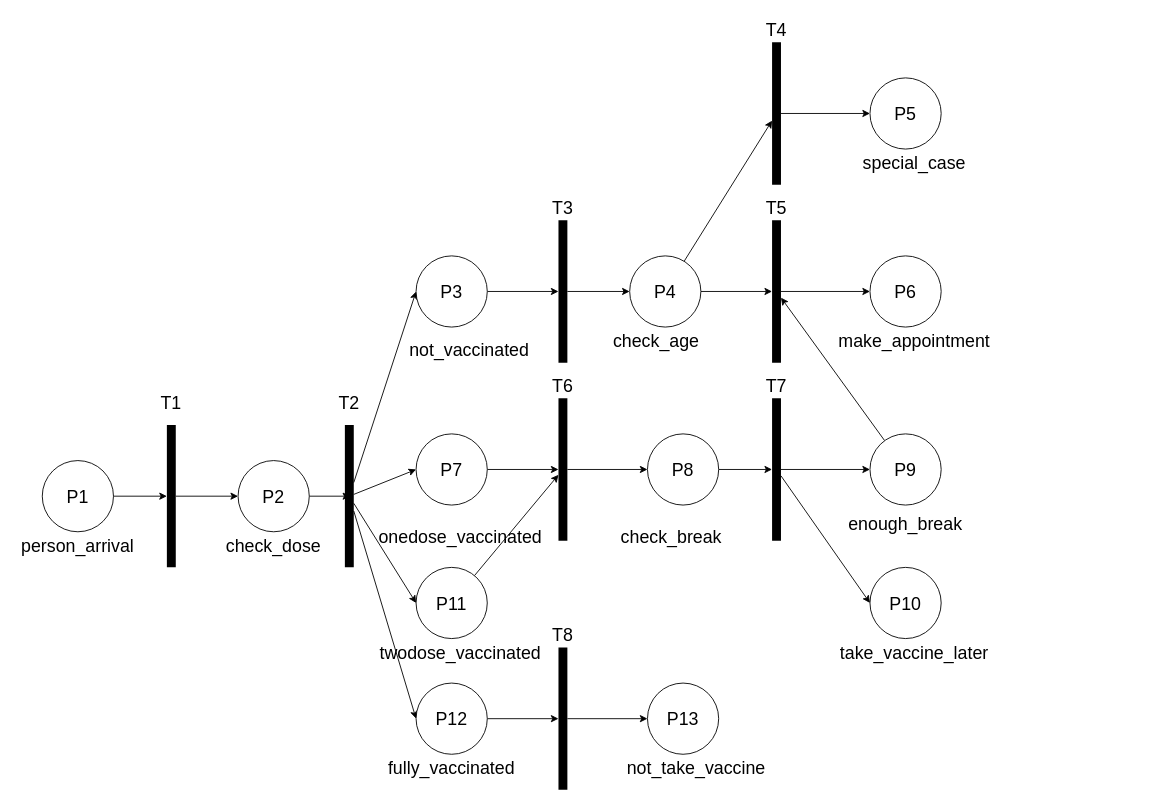
Above: 3100asmt3Q1.drawio in wkng0/heyy (draw.io), before the change. Source tidied: cells renumbered, new cells numbered last; positions are measured from the earlier drawing's top-left corner, leaving out a move shared by most shapes. Both pictures are drawn from the tidied source at 89%, with x=0, y=0 at pixel (15, 15).
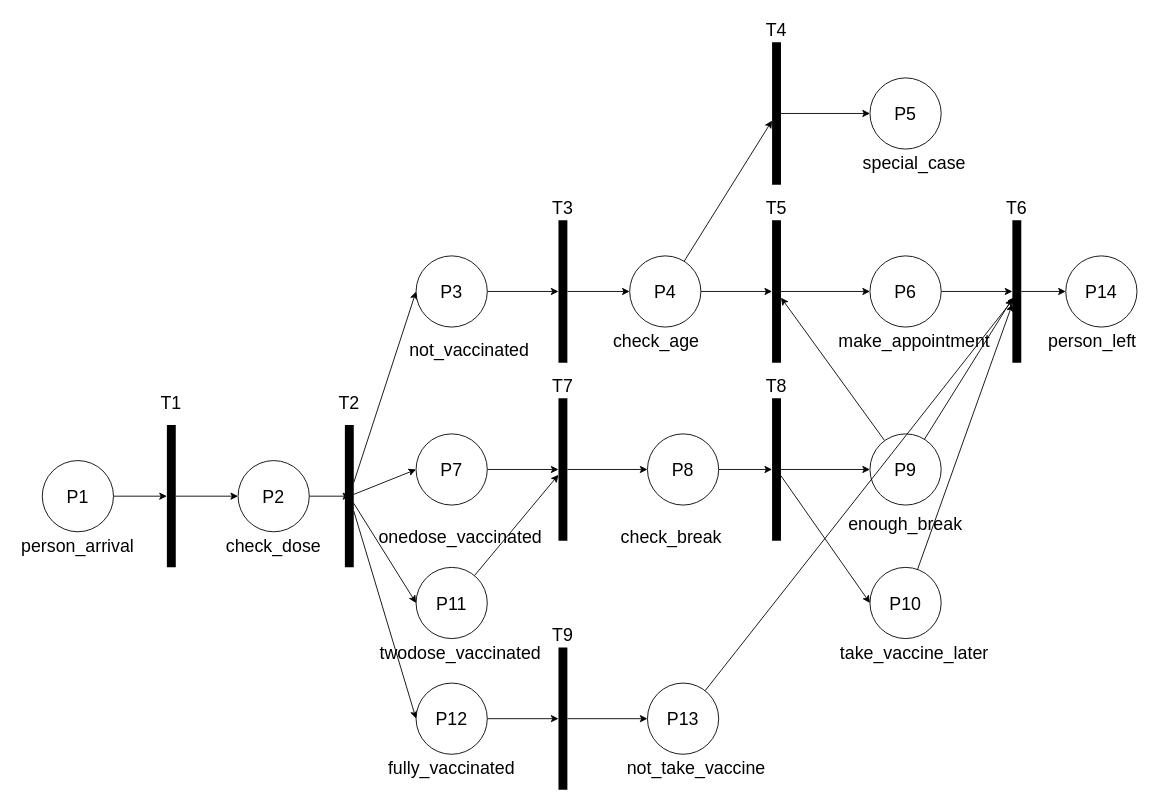
The same page after the edit.

Unchanged cells that the change refers to:
```xml
<mxCell id="28" value="P6" style="ellipse;whiteSpace=wrap;html=1;fontSize=20;strokeWidth=1;" parent="1" vertex="1">
  <mxGeometry x="960" y="270" width="80" height="80" as="geometry" />
</mxCell>
<mxCell id="48" value="P9" style="ellipse;whiteSpace=wrap;html=1;fontSize=20;strokeWidth=1;" parent="1" vertex="1">
  <mxGeometry x="960" y="470" width="80" height="80" as="geometry" />
</mxCell>
<mxCell id="56" value="P10" style="ellipse;whiteSpace=wrap;html=1;fontSize=20;strokeWidth=1;" parent="1" vertex="1">
  <mxGeometry x="960" y="620" width="80" height="80" as="geometry" />
</mxCell>
<mxCell id="64" value="P13" style="ellipse;whiteSpace=wrap;html=1;fontSize=20;strokeWidth=1;" parent="1" vertex="1">
  <mxGeometry x="710" y="750" width="80" height="80" as="geometry" />
</mxCell>
```

Change to the diagram source:
```diff
@@
+    <mxCell id="66" style="edgeStyle=none;rounded=0;jettySize=auto;html=1;fontSize=20;" parent="1" edge="1" source="28">
+      <mxGeometry relative="1" as="geometry">
+        <mxPoint x="1120" y="310" as="targetPoint" />
+      </mxGeometry>
+    </mxCell>
@@
-    <mxCell id="46" value="T6" style="text;html=1;strokeColor=none;fillColor=none;align=center;verticalAlign=middle;whiteSpace=wrap;rounded=0;fontSize=20;" parent="1" vertex="1">
+    <mxCell id="46" value="T7" style="text;html=1;strokeColor=none;fillColor=none;align=center;verticalAlign=middle;whiteSpace=wrap;rounded=0;fontSize=20;" parent="1" vertex="1">
       <mxGeometry x="585" y="400" width="60" height="30" as="geometry" />
     </mxCell>
@@
+    <mxCell id="67" style="edgeStyle=none;rounded=0;jettySize=auto;html=1;fontSize=20;" parent="1" edge="1" source="48" target="71">
+      <mxGeometry relative="1" as="geometry" />
+    </mxCell>
@@
-    <mxCell id="55" value="T7" style="text;html=1;strokeColor=none;fillColor=none;align=center;verticalAlign=middle;whiteSpace=wrap;rounded=0;fontSize=20;" parent="1" vertex="1">
+    <mxCell id="55" value="T8" style="text;html=1;strokeColor=none;fillColor=none;align=center;verticalAlign=middle;whiteSpace=wrap;rounded=0;fontSize=20;" parent="1" vertex="1">
       <mxGeometry x="825" y="400" width="60" height="30" as="geometry" />
     </mxCell>
+    <mxCell id="68" style="edgeStyle=none;rounded=0;jettySize=auto;html=1;fontSize=20;" parent="1" edge="1" source="56" target="71">
+      <mxGeometry relative="1" as="geometry" />
+    </mxCell>
@@
-    <mxCell id="63" value="T8" style="text;html=1;strokeColor=none;fillColor=none;align=center;verticalAlign=middle;whiteSpace=wrap;rounded=0;fontSize=20;" parent="1" vertex="1">
+    <mxCell id="63" value="T9" style="text;html=1;strokeColor=none;fillColor=none;align=center;verticalAlign=middle;whiteSpace=wrap;rounded=0;fontSize=20;" parent="1" vertex="1">
       <mxGeometry x="585" y="680" width="60" height="30" as="geometry" />
     </mxCell>
+    <mxCell id="69" style="edgeStyle=none;rounded=0;jettySize=auto;html=1;entryX=0.538;entryY=0.7;entryDx=0;entryDy=0;entryPerimeter=0;fontSize=20;" parent="1" edge="1" source="64" target="71">
+      <mxGeometry relative="1" as="geometry" />
+    </mxCell>
@@
+    <mxCell id="70" style="edgeStyle=none;rounded=0;jettySize=auto;html=1;fontSize=20;" parent="1" edge="1" source="71" target="73">
+      <mxGeometry relative="1" as="geometry" />
+    </mxCell>
+    <mxCell id="71" style="line;strokeWidth=10;direction=south;html=1;fontSize=20;" parent="1" vertex="1">
+      <mxGeometry x="1120" y="230" width="10" height="160" as="geometry" />
+    </mxCell>
+    <mxCell id="72" value="T6" style="text;html=1;strokeColor=none;fillColor=none;align=center;verticalAlign=middle;whiteSpace=wrap;rounded=0;fontSize=20;" parent="1" vertex="1">
+      <mxGeometry x="1095" y="200" width="60" height="30" as="geometry" />
+    </mxCell>
+    <mxCell id="73" value="P14" style="ellipse;whiteSpace=wrap;html=1;fontSize=20;strokeWidth=1;" parent="1" vertex="1">
+      <mxGeometry x="1180" y="270" width="80" height="80" as="geometry" />
+    </mxCell>
+    <mxCell id="74" value="person_left" style="text;html=1;strokeColor=none;fillColor=none;align=center;verticalAlign=middle;whiteSpace=wrap;rounded=0;fontSize=20;" parent="1" vertex="1">
+      <mxGeometry x="1155" y="350" width="110" height="30" as="geometry" />
+    </mxCell>
```
